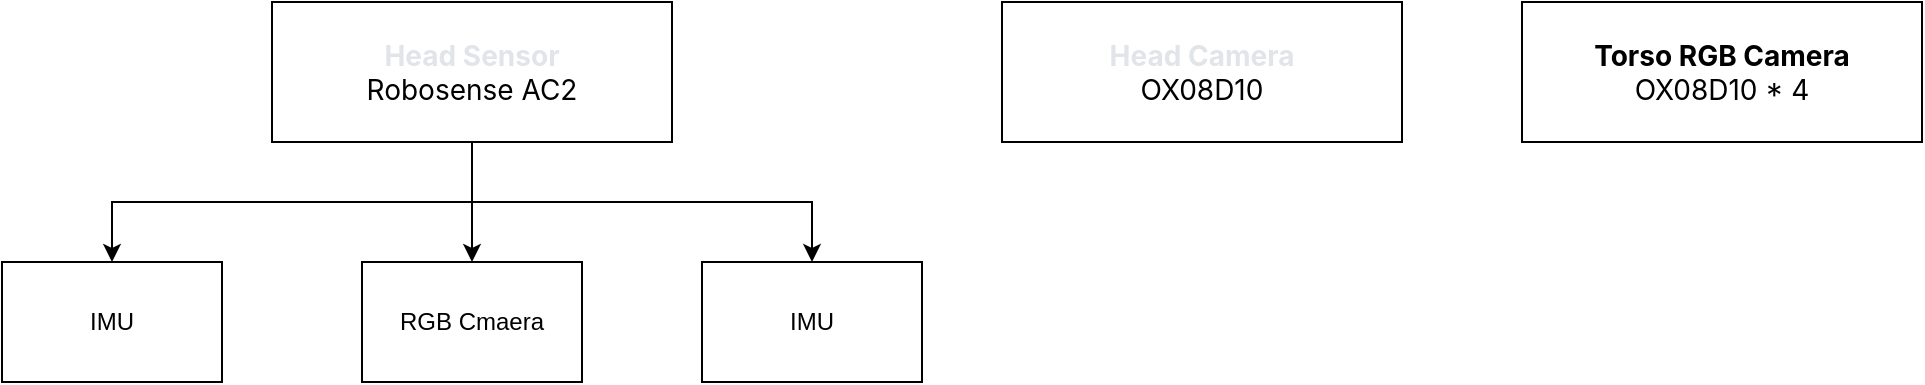
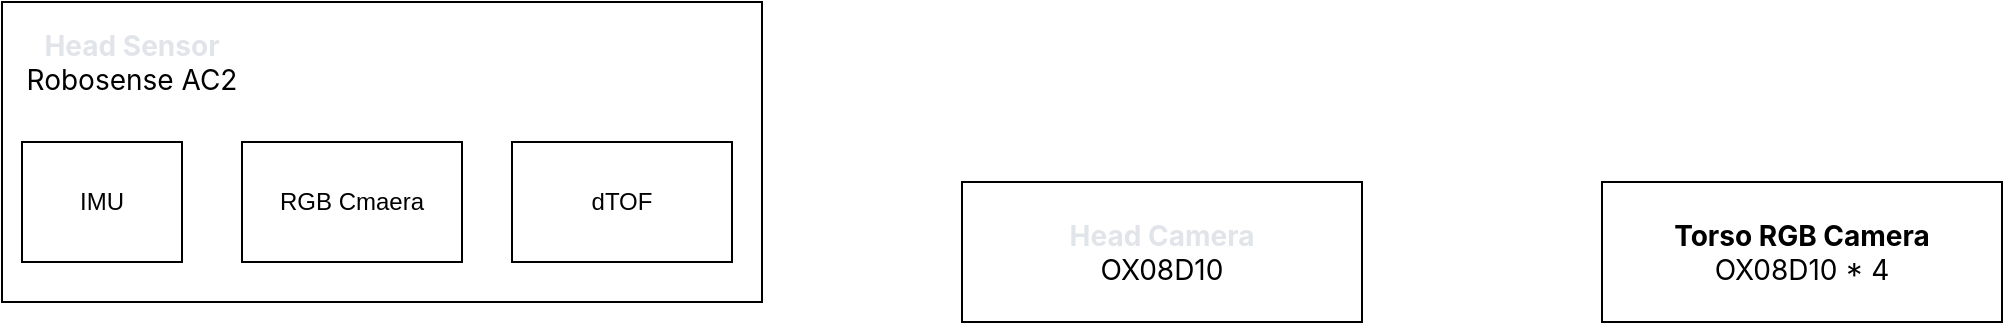
<mxfile host="app.diagrams.net">
  <diagram name="第 1 页" id="LXRXHt9DRMbfsnbOX2XS">
    <mxGraphModel dx="1947" dy="734" grid="1" gridSize="10" guides="1" tooltips="1" connect="1" arrows="1" fold="1" page="1" pageScale="1" pageWidth="827" pageHeight="1169" math="0" shadow="0">
      <root>
        <mxCell id="0" />
        <mxCell id="1" parent="0" />
-         <mxCell id="0J0jtPP8bCpQZUBdG7A1-4" edge="1" parent="1" source="if_Ictj8y_H9tt94Ulmm-2" style="edgeStyle=orthogonalEdgeStyle;rounded=0;orthogonalLoop=1;jettySize=auto;html=1;exitX=0.5;exitY=1;exitDx=0;exitDy=0;entryX=0.5;entryY=0;entryDx=0;entryDy=0;" target="0J0jtPP8bCpQZUBdG7A1-2">
-           <mxGeometry relative="1" as="geometry" />
-         </mxCell>
-         <mxCell id="0J0jtPP8bCpQZUBdG7A1-7" edge="1" parent="1" source="if_Ictj8y_H9tt94Ulmm-2" style="edgeStyle=orthogonalEdgeStyle;rounded=0;orthogonalLoop=1;jettySize=auto;html=1;exitX=0.5;exitY=1;exitDx=0;exitDy=0;entryX=0.5;entryY=0;entryDx=0;entryDy=0;" target="0J0jtPP8bCpQZUBdG7A1-6">
-           <mxGeometry relative="1" as="geometry" />
-         </mxCell>
-         <mxCell id="0J0jtPP8bCpQZUBdG7A1-9" edge="1" parent="1" source="if_Ictj8y_H9tt94Ulmm-2" style="edgeStyle=orthogonalEdgeStyle;rounded=0;orthogonalLoop=1;jettySize=auto;html=1;exitX=0.5;exitY=1;exitDx=0;exitDy=0;entryX=0.5;entryY=0;entryDx=0;entryDy=0;" target="0J0jtPP8bCpQZUBdG7A1-8">
-           <mxGeometry relative="1" as="geometry" />
-         </mxCell>
-         <mxCell id="if_Ictj8y_H9tt94Ulmm-2" parent="1" style="rounded=0;whiteSpace=wrap;html=1;" value="&lt;div&gt;&lt;span style=&quot;font-family: -apple-system, BlinkMacSystemFont, &amp;quot;Segoe WPC&amp;quot;, &amp;quot;Segoe UI&amp;quot;, system-ui, Ubuntu, &amp;quot;Droid Sans&amp;quot;, sans-serif; font-size: 14px; text-align: start;&quot;&gt;&lt;font style=&quot;color: light-dark(rgb(225, 228, 232), rgb(255, 255, 255));&quot;&gt;&lt;b&gt;Head Sensor&lt;/b&gt;&lt;/font&gt;&lt;/span&gt;&lt;/div&gt;&lt;div&gt;&lt;span style=&quot;font-family: -apple-system, BlinkMacSystemFont, &amp;quot;Segoe WPC&amp;quot;, &amp;quot;Segoe UI&amp;quot;, system-ui, Ubuntu, &amp;quot;Droid Sans&amp;quot;, sans-serif; font-size: 14px; text-align: start;&quot;&gt;Robosense AC2&lt;/span&gt;&lt;/div&gt;" vertex="1">
-           <mxGeometry height="70" width="200" x="-135" y="210" as="geometry" />
+         <mxCell id="if_Ictj8y_H9tt94Ulmm-2" parent="1" style="rounded=0;whiteSpace=wrap;html=1;" value="" vertex="1">
+           <mxGeometry height="150" width="380" x="-310" y="120" as="geometry" />
        </mxCell>
        <mxCell id="if_Ictj8y_H9tt94Ulmm-3" parent="1" style="rounded=0;whiteSpace=wrap;html=1;align=center;" value="&lt;div style=&quot;&quot;&gt;&lt;span style=&quot;font-family: -apple-system, BlinkMacSystemFont, &amp;quot;Segoe WPC&amp;quot;, &amp;quot;Segoe UI&amp;quot;, system-ui, Ubuntu, &amp;quot;Droid Sans&amp;quot;, sans-serif; font-size: 14px;&quot;&gt;&lt;b&gt;Torso RGB Camera&lt;/b&gt;&lt;/span&gt;&lt;span style=&quot;background-color: transparent; color: light-dark(rgb(0, 0, 0), rgb(255, 255, 255)); font-size: 14px;&quot;&gt;&lt;font face=&quot;-apple-system, BlinkMacSystemFont, Segoe WPC, Segoe UI, system-ui, Ubuntu, Droid Sans, sans-serif&quot;&gt;&lt;/font&gt;&lt;/span&gt;&lt;/div&gt;&lt;div style=&quot;&quot;&gt;&lt;span style=&quot;background-color: transparent; color: light-dark(rgb(0, 0, 0), rgb(255, 255, 255)); font-size: 14px;&quot;&gt;&lt;font face=&quot;-apple-system, BlinkMacSystemFont, Segoe WPC, Segoe UI, system-ui, Ubuntu, Droid Sans, sans-serif&quot;&gt;OX08D10 * 4&lt;/font&gt;&lt;/span&gt;&lt;/div&gt;" vertex="1">
          <mxGeometry height="70" width="200" x="490" y="210" as="geometry" />
        </mxCell>
        <mxCell id="0J0jtPP8bCpQZUBdG7A1-1" parent="1" style="rounded=0;whiteSpace=wrap;html=1;" value="&lt;div&gt;&lt;span style=&quot;font-family: -apple-system, BlinkMacSystemFont, &amp;quot;Segoe WPC&amp;quot;, &amp;quot;Segoe UI&amp;quot;, system-ui, Ubuntu, &amp;quot;Droid Sans&amp;quot;, sans-serif; font-size: 14px; text-align: start;&quot;&gt;&lt;font style=&quot;color: light-dark(rgb(225, 228, 232), rgb(255, 255, 255));&quot;&gt;&lt;b&gt;Head Camera&lt;/b&gt;&lt;/font&gt;&lt;/span&gt;&lt;/div&gt;&lt;div&gt;&lt;span style=&quot;font-family: -apple-system, BlinkMacSystemFont, &amp;quot;Segoe WPC&amp;quot;, &amp;quot;Segoe UI&amp;quot;, system-ui, Ubuntu, &amp;quot;Droid Sans&amp;quot;, sans-serif; font-size: 14px; text-align: start;&quot;&gt;OX08D10&lt;/span&gt;&lt;/div&gt;" vertex="1">
-           <mxGeometry height="70" width="200" x="230" y="210" as="geometry" />
+           <mxGeometry height="70" width="200" x="170" y="210" as="geometry" />
        </mxCell>
        <mxCell id="0J0jtPP8bCpQZUBdG7A1-2" parent="1" style="rounded=0;whiteSpace=wrap;html=1;" value="IMU" vertex="1">
-           <mxGeometry height="60" width="110" x="-270" y="340" as="geometry" />
+           <mxGeometry height="60" width="80" x="-300" y="190" as="geometry" />
        </mxCell>
        <mxCell id="0J0jtPP8bCpQZUBdG7A1-6" parent="1" style="rounded=0;whiteSpace=wrap;html=1;" value="RGB Cmaera" vertex="1">
-           <mxGeometry height="60" width="110" x="-90" y="340" as="geometry" />
+           <mxGeometry height="60" width="110" x="-190" y="190" as="geometry" />
        </mxCell>
-         <mxCell id="0J0jtPP8bCpQZUBdG7A1-8" parent="1" style="rounded=0;whiteSpace=wrap;html=1;" value="IMU" vertex="1">
-           <mxGeometry height="60" width="110" x="80" y="340" as="geometry" />
+         <mxCell id="0J0jtPP8bCpQZUBdG7A1-8" parent="1" style="rounded=0;whiteSpace=wrap;html=1;" value="dTOF" vertex="1">
+           <mxGeometry height="60" width="110" x="-55" y="190" as="geometry" />
+         </mxCell>
+         <mxCell id="0J0jtPP8bCpQZUBdG7A1-10" parent="1" style="text;html=1;whiteSpace=wrap;strokeColor=none;fillColor=none;align=center;verticalAlign=middle;rounded=0;" value="&lt;div&gt;&lt;span style=&quot;font-family: -apple-system, BlinkMacSystemFont, &amp;quot;Segoe WPC&amp;quot;, &amp;quot;Segoe UI&amp;quot;, system-ui, Ubuntu, &amp;quot;Droid Sans&amp;quot;, sans-serif; font-size: 14px; text-align: start;&quot;&gt;&lt;font style=&quot;color: light-dark(rgb(225, 228, 232), rgb(255, 255, 255));&quot;&gt;&lt;b&gt;Head Sensor&lt;/b&gt;&lt;/font&gt;&lt;/span&gt;&lt;/div&gt;&lt;div&gt;&lt;span style=&quot;font-family: -apple-system, BlinkMacSystemFont, &amp;quot;Segoe WPC&amp;quot;, &amp;quot;Segoe UI&amp;quot;, system-ui, Ubuntu, &amp;quot;Droid Sans&amp;quot;, sans-serif; font-size: 14px; text-align: start;&quot;&gt;Robosense AC2&lt;/span&gt;&lt;/div&gt;" vertex="1">
+           <mxGeometry height="60" width="130" x="-310" y="120" as="geometry" />
        </mxCell>
      </root>
    </mxGraphModel>
  </diagram>
</mxfile>
